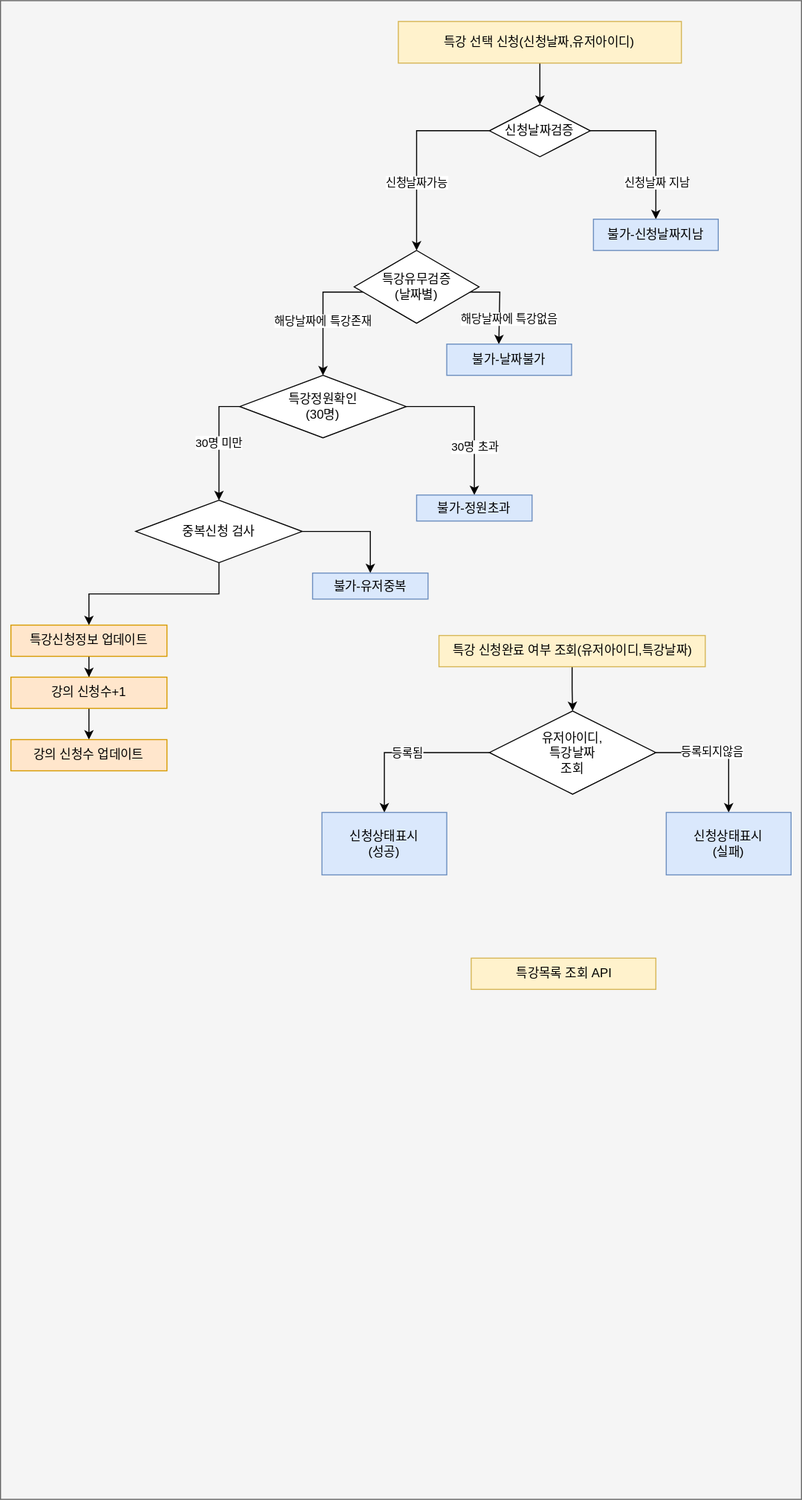
Above: src/main/java/com/tdd/speciallectureapply/document/diagram/2.service-flow.svg in kabalport/special-lecture-apply (draw.io), before the change. Source tidied: cells renumbered, new cells last; positions are measured from the earlier drawing's top-left corner, leaving out a move shared by most shapes.
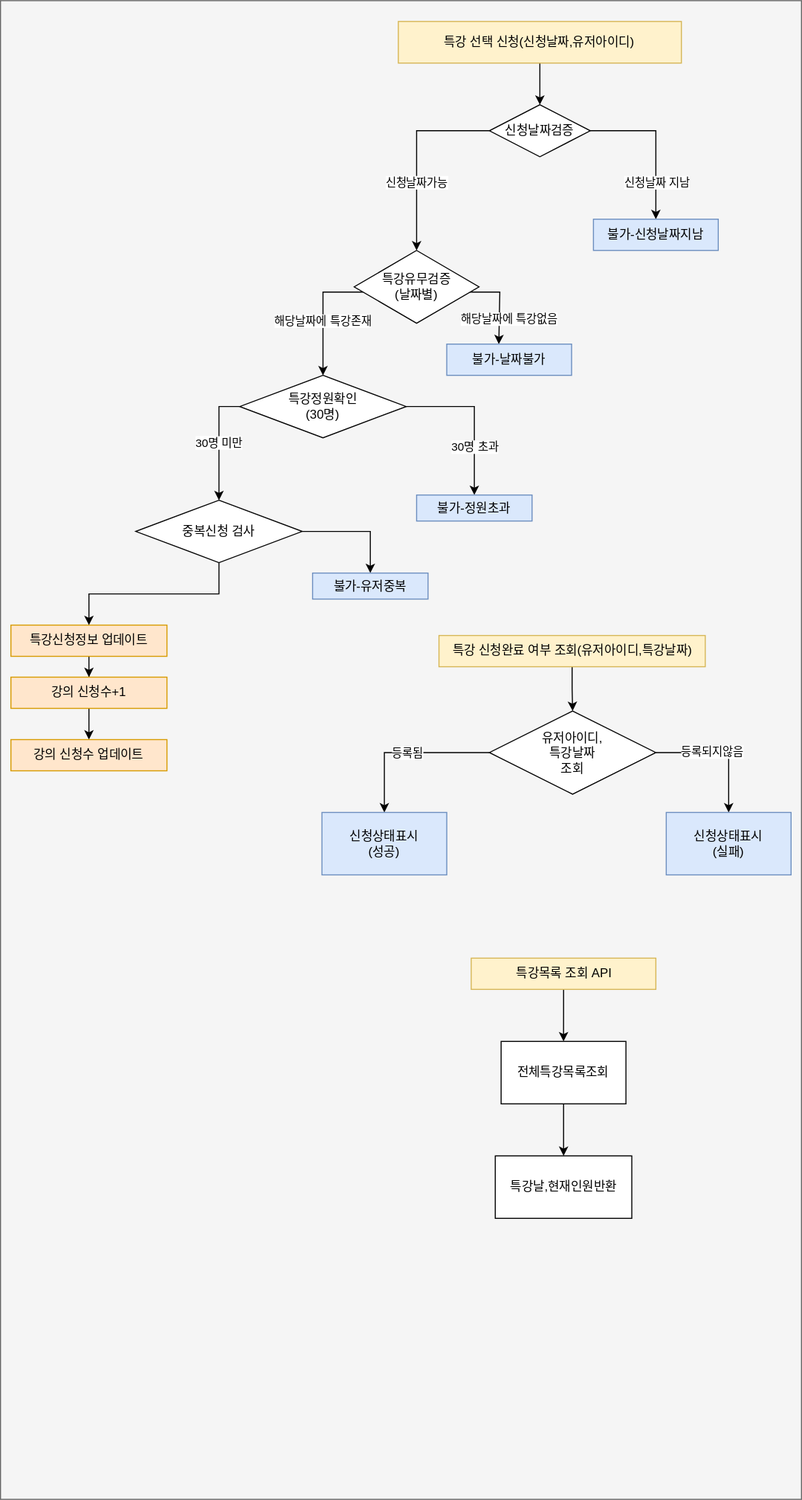
After the change.

What changed in the source:
```diff
@@ -123,8 +123,20 @@
     <mxCell id="36" value="강의 신청수 업데이트" style="rounded=0;whiteSpace=wrap;html=1;fillColor=#ffe6cc;strokeColor=#d79b00;" parent="1" vertex="1">
       <mxGeometry x="10" y="710" width="150" height="30" as="geometry" />
     </mxCell>
+    <mxCell id="38" style="edgeStyle=orthogonalEdgeStyle;rounded=0;jettySize=auto;html=1;entryX=0.5;entryY=0;entryDx=0;entryDy=0;" parent="1" edge="1" source="37" target="40">
+      <mxGeometry relative="1" as="geometry" />
+    </mxCell>
     <mxCell id="37" value="특강목록 조회 API" style="rounded=0;whiteSpace=wrap;html=1;fillColor=#fff2cc;strokeColor=#d6b656;" parent="1" vertex="1">
       <mxGeometry x="452.5" y="920" width="177.5" height="30" as="geometry" />
     </mxCell>
+    <mxCell id="39" style="edgeStyle=orthogonalEdgeStyle;rounded=0;jettySize=auto;html=1;" parent="1" edge="1" source="40" target="41">
+      <mxGeometry relative="1" as="geometry" />
+    </mxCell>
+    <mxCell id="40" value="전체특강목록조회" style="rounded=0;whiteSpace=wrap;html=1;" parent="1" vertex="1">
+      <mxGeometry x="481.2" y="1000" width="120" height="60" as="geometry" />
+    </mxCell>
+    <mxCell id="41" value="특강날,현재인원반환" style="rounded=0;whiteSpace=wrap;html=1;" parent="1" vertex="1">
+      <mxGeometry x="475.6" y="1110" width="131.2" height="60" as="geometry" />
+    </mxCell>
   </root>
 </mxGraphModel>
```
